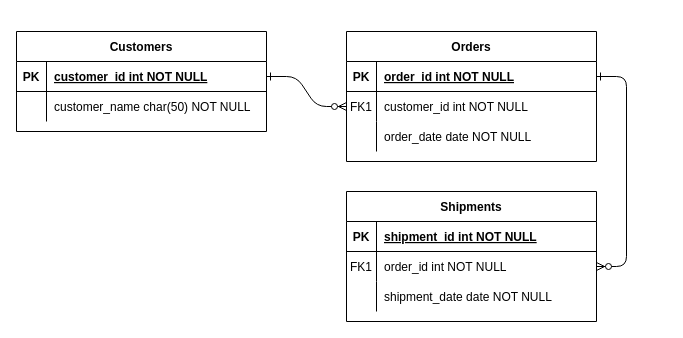
ArcanjoDaGuarda/AnjoProjetos keeps this draw.io diagram as Modelo_Logico.drawio. Above is the earlier version. Source tidied: cells renumbered, new cells numbered last; positions are measured from the earlier drawing's top-left corner, leaving out a move shared by most shapes. Both pictures are drawn from the tidied source at 100%, with x=0, y=0 at pixel (16, 31).
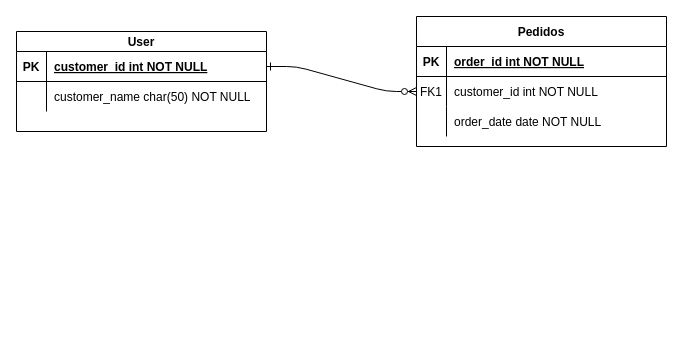
The same page after the edit.

Unchanged cells that the change refers to:
```xml
<mxCell id="5" style="shape=partialRectangle;fillColor=none;points=[[0,0.5],[1,0.5]];portConstraint=eastwest;top=0;left=0;right=0;bottom=1;" parent="4" vertex="1">
  <mxGeometry y="30" width="250" height="30" as="geometry" />
</mxCell>
```

Change to the diagram source:
```diff
@@
-    <mxCell id="3" style="edgeStyle=entityRelationEdgeStyle;endArrow=ERzeroToMany;startArrow=ERone;endFill=1;startFill=0;" parent="1" edge="1" source="5" target="18">
-      <mxGeometry relative="1" as="geometry" />
-    </mxCell>
-    <mxCell id="4" value="Orders" style="shape=table;startSize=30;childLayout=tableLayout;rowLines=0;fontStyle=1;align=center;" parent="1" vertex="1">
-      <mxGeometry x="330" width="250" height="130" as="geometry" />
+    <mxCell id="4" value="Pedidos" style="shape=table;startSize=30;childLayout=tableLayout;rowLines=0;fontStyle=1;align=center;" parent="1" vertex="1">
+      <mxGeometry x="400" y="-15" width="250" height="130" as="geometry" />
     </mxCell>
@@
-    <mxCell id="14" value="Shipments" style="shape=table;startSize=30;childLayout=tableLayout;rowLines=0;fontStyle=1;align=center;" parent="1" vertex="1">
-      <mxGeometry x="330" y="160" width="250" height="130" as="geometry" />
-    </mxCell>
-    <mxCell id="15" style="shape=partialRectangle;fillColor=none;top=0;left=0;right=0;bottom=1;" parent="14" vertex="1">
-      <mxGeometry y="30" width="250" height="30" as="geometry" />
-    </mxCell>
-    <mxCell id="16" value="PK" style="shape=partialRectangle;overflow=hidden;fillColor=none;top=0;left=0;bottom=0;right=0;fontStyle=1;" parent="15" vertex="1">
-      <mxGeometry width="30" height="30" as="geometry" />
-    </mxCell>
-    <mxCell id="17" value="shipment_id int NOT NULL " style="shape=partialRectangle;overflow=hidden;fillColor=none;top=0;left=0;bottom=0;right=0;align=left;spacingLeft=6;fontStyle=5;" parent="15" vertex="1">
-      <mxGeometry x="30" width="220" height="30" as="geometry" />
-    </mxCell>
-    <mxCell id="18" style="shape=partialRectangle;fillColor=none;points=[[0,0.5],[1,0.5]];portConstraint=eastwest;top=0;left=0;right=0;bottom=0;" parent="14" vertex="1">
-      <mxGeometry y="60" width="250" height="30" as="geometry" />
-    </mxCell>
-    <mxCell id="19" value="FK1" style="shape=partialRectangle;overflow=hidden;fillColor=none;top=0;left=0;bottom=0;right=0;" parent="18" vertex="1">
-      <mxGeometry width="30" height="30" as="geometry" />
-    </mxCell>
-    <mxCell id="20" value="order_id int NOT NULL" style="shape=partialRectangle;overflow=hidden;fillColor=none;top=0;left=0;bottom=0;right=0;align=left;spacingLeft=6;" parent="18" vertex="1">
-      <mxGeometry x="30" width="220" height="30" as="geometry" />
-    </mxCell>
-    <mxCell id="21" style="shape=partialRectangle;fillColor=none;top=0;left=0;right=0;bottom=0;" parent="14" vertex="1">
-      <mxGeometry y="90" width="250" height="30" as="geometry" />
-    </mxCell>
-    <mxCell id="22" style="shape=partialRectangle;overflow=hidden;fillColor=none;top=0;left=0;bottom=0;right=0;" parent="21" vertex="1">
-      <mxGeometry width="30" height="30" as="geometry" />
-    </mxCell>
-    <mxCell id="23" value="shipment_date date NOT NULL" style="shape=partialRectangle;overflow=hidden;fillColor=none;top=0;left=0;bottom=0;right=0;align=left;spacingLeft=6;" parent="21" vertex="1">
-      <mxGeometry x="30" width="220" height="30" as="geometry" />
-    </mxCell>
-    <mxCell id="24" value="Customers" style="shape=table;startSize=30;childLayout=tableLayout;rowLines=0;fontStyle=1;align=center;" parent="1" vertex="1">
+    <mxCell id="24" value="User" style="shape=table;startSize=20;childLayout=tableLayout;rowLines=0;fontStyle=1;align=center;" parent="1" vertex="1">
       <mxGeometry width="250" height="100" as="geometry" />
     </mxCell>
     <mxCell id="25" style="shape=partialRectangle;fillColor=none;points=[[0,0.5],[1,0.5]];portConstraint=eastwest;top=0;left=0;right=0;bottom=1;" parent="24" vertex="1">
-      <mxGeometry y="30" width="250" height="30" as="geometry" />
+      <mxGeometry y="20" width="250" height="30" as="geometry" />
     </mxCell>
@@
     <mxCell id="28" style="shape=partialRectangle;fillColor=none;top=0;left=0;right=0;bottom=0;" parent="24" vertex="1">
-      <mxGeometry y="60" width="250" height="30" as="geometry" />
+      <mxGeometry y="50" width="250" height="30" as="geometry" />
     </mxCell>
```
